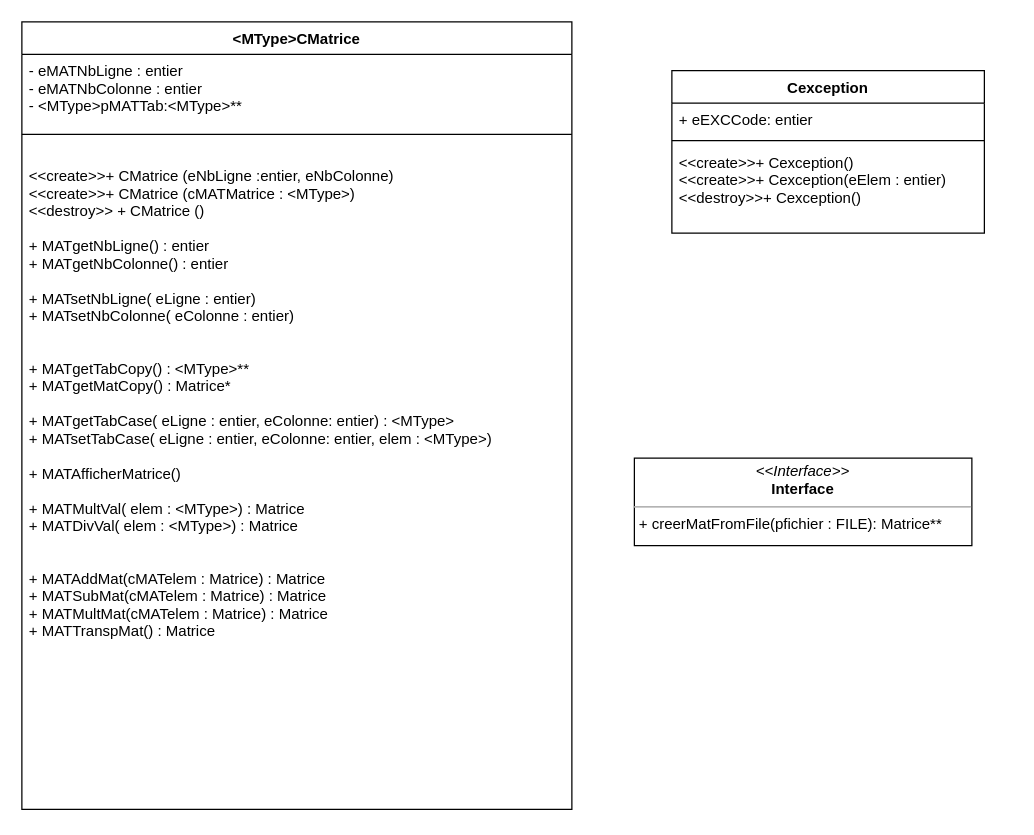
This is ClassDiagram.drawio from Banalian/ProjetTutCpp, a draw.io file, before an edit. Source tidied: cells renumbered, new cells numbered last; positions are measured from the earlier drawing's top-left corner, leaving out a move shared by most shapes. Both pictures are drawn from the tidied source at 125%, with x=0, y=0 at pixel (21, 21).
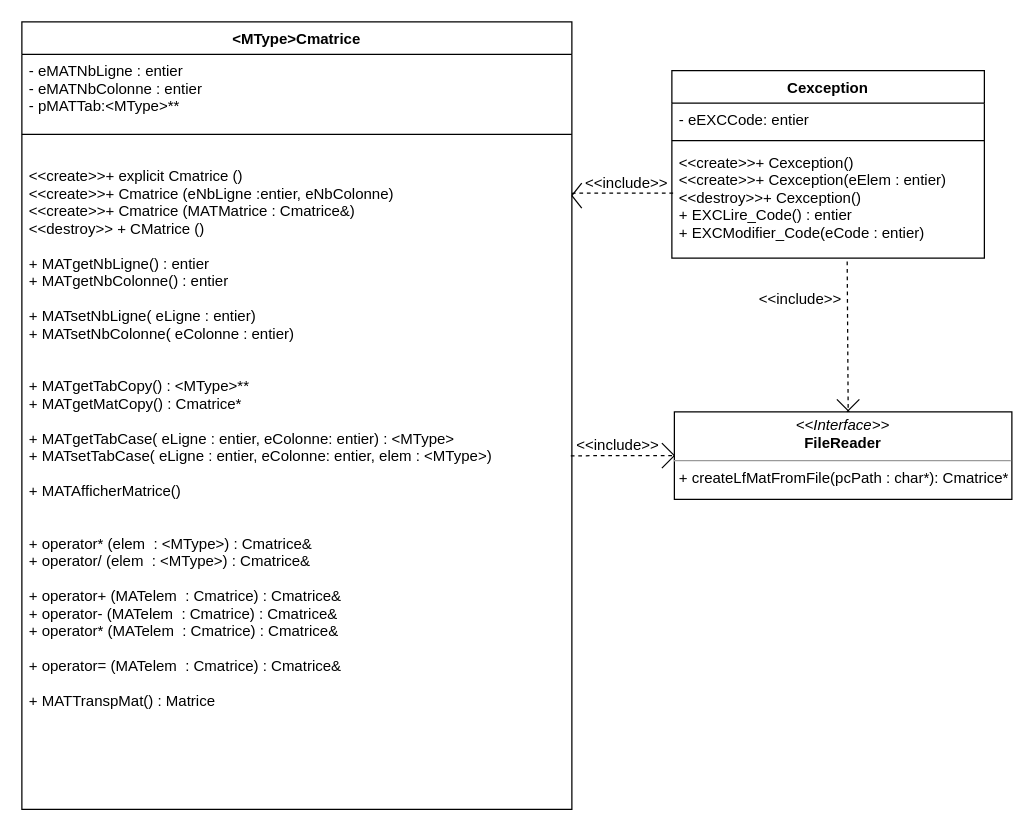
After the change.

What changed in the source:
```diff
@@
-    <mxCell id="2" value="&lt;MType&gt;CMatrice" style="swimlane;fontStyle=1;align=center;verticalAlign=top;horizontal=1;startSize=26;" parent="1" vertex="1">
+    <mxCell id="2" value="&lt;MType&gt;Cmatrice" style="swimlane;fontStyle=1;align=center;verticalAlign=top;horizontal=1;startSize=26;" parent="1" vertex="1">
       <mxGeometry width="440" height="630" as="geometry" />
     </mxCell>
-    <mxCell id="3" value="- eMATNbLigne : entier&#10;- eMATNbColonne : entier&#10;- &lt;MType&gt;pMATTab:&lt;MType&gt;** &#10;&#10;" style="text;strokeColor=none;fillColor=none;align=left;verticalAlign=top;spacingLeft=4;spacingRight=4;overflow=hidden;" parent="2" vertex="1">
+    <mxCell id="3" value="- eMATNbLigne : entier&#10;- eMATNbColonne : entier&#10;- pMATTab:&lt;MType&gt;** &#10;&#10;" style="text;strokeColor=none;fillColor=none;align=left;verticalAlign=top;spacingLeft=4;spacingRight=4;overflow=hidden;" parent="2" vertex="1">
       <mxGeometry y="26" width="440" height="44" as="geometry" />
     </mxCell>
@@
-    <mxCell id="5" value="&lt;&lt;create&gt;&gt;+ CMatrice (eNbLigne :entier, eNbColonne)&#10;&lt;&lt;create&gt;&gt;+ CMatrice (cMATMatrice : &lt;MType&gt;)&#10;&lt;&lt;destroy&gt;&gt; + CMatrice ()&#10;&#10;+ MATgetNbLigne() : entier&#10;+ MATgetNbColonne() : entier&#10;&#10;+ MATsetNbLigne( eLigne : entier)&#10;+ MATsetNbColonne( eColonne : entier)&#10;&#10;&#10;+ MATgetTabCopy() : &lt;MType&gt;**&#10;+ MATgetMatCopy() : Matrice*&#10;&#10;+ MATgetTabCase( eLigne : entier, eColonne: entier) : &lt;MType&gt;&#10;+ MATsetTabCase( eLigne : entier, eColonne: entier, elem : &lt;MType&gt;)&#10;&#10;+ MATAfficherMatrice()&#10;&#10;+ MATMultVal( elem : &lt;MType&gt;) : Matrice&#10;+ MATDivVal( elem : &lt;MType&gt;) : Matrice&#10;&#10;&#10;+ MATAddMat(cMATelem : Matrice) : Matrice&#10;+ MATSubMat(cMATelem : Matrice) : Matrice&#10;+ MATMultMat(cMATelem : Matrice) : Matrice&#10;+ MATTranspMat() : Matrice&#10;" style="text;strokeColor=none;fillColor=none;align=left;verticalAlign=top;spacingLeft=4;spacingRight=4;overflow=hidden;points=[[0,0.5],[1,0.5]];portConstraint=eastwest;" parent="2" vertex="1">
+    <mxCell id="5" value="&lt;&lt;create&gt;&gt;+ explicit Cmatrice ()&#10;&lt;&lt;create&gt;&gt;+ Cmatrice (eNbLigne :entier, eNbColonne)&#10;&lt;&lt;create&gt;&gt;+ Cmatrice (MATMatrice : Cmatrice&amp;)&#10;&lt;&lt;destroy&gt;&gt; + CMatrice ()&#10;&#10;+ MATgetNbLigne() : entier&#10;+ MATgetNbColonne() : entier&#10;&#10;+ MATsetNbLigne( eLigne : entier)&#10;+ MATsetNbColonne( eColonne : entier)&#10;&#10;&#10;+ MATgetTabCopy() : &lt;MType&gt;**&#10;+ MATgetMatCopy() : Cmatrice*&#10;&#10;+ MATgetTabCase( eLigne : entier, eColonne: entier) : &lt;MType&gt;&#10;+ MATsetTabCase( eLigne : entier, eColonne: entier, elem : &lt;MType&gt;)&#10;&#10;+ MATAfficherMatrice()&#10;&#10;&#10;+ operator* (elem  : &lt;MType&gt;) : Cmatrice&amp;&#10;+ operator/ (elem  : &lt;MType&gt;) : Cmatrice&amp;&#10;&#10;+ operator+ (MATelem  : Cmatrice) : Cmatrice&amp;&#10;+ operator- (MATelem  : Cmatrice) : Cmatrice&amp;&#10;+ operator* (MATelem  : Cmatrice) : Cmatrice&amp;&#10;&#10;+ operator= (MATelem  : Cmatrice) : Cmatrice&amp;&#10;&#10;+ MATTranspMat() : Matrice&#10;" style="text;strokeColor=none;fillColor=none;align=left;verticalAlign=top;spacingLeft=4;spacingRight=4;overflow=hidden;points=[[0,0.5],[1,0.5]];portConstraint=eastwest;" parent="2" vertex="1">
       <mxGeometry y="110" width="440" height="520" as="geometry" />
     </mxCell>
     <mxCell id="6" value="Cexception" style="swimlane;fontStyle=1;align=center;verticalAlign=top;horizontal=1;startSize=26;" parent="1" vertex="1">
-      <mxGeometry x="520" y="39" width="250" height="130" as="geometry" />
+      <mxGeometry x="520" y="39" width="250" height="150" as="geometry" />
     </mxCell>
-    <mxCell id="7" value="+ eEXCCode: entier" style="text;strokeColor=none;fillColor=none;align=left;verticalAlign=top;spacingLeft=4;spacingRight=4;overflow=hidden;" parent="6" vertex="1">
+    <mxCell id="7" value="- eEXCCode: entier" style="text;strokeColor=none;fillColor=none;align=left;verticalAlign=top;spacingLeft=4;spacingRight=4;overflow=hidden;" parent="6" vertex="1">
       <mxGeometry y="26" width="250" height="26" as="geometry" />
     </mxCell>
@@
-    <mxCell id="9" value="&lt;&lt;create&gt;&gt;+ Cexception()&#10;&lt;&lt;create&gt;&gt;+ Cexception(eElem : entier)&#10;&lt;&lt;destroy&gt;&gt;+ Cexception()" style="text;strokeColor=none;fillColor=none;align=left;verticalAlign=top;spacingLeft=4;spacingRight=4;overflow=hidden;points=[[0,0.5],[1,0.5]];portConstraint=eastwest;" parent="6" vertex="1">
-      <mxGeometry y="60" width="250" height="70" as="geometry" />
+    <mxCell id="9" value="&lt;&lt;create&gt;&gt;+ Cexception()&#10;&lt;&lt;create&gt;&gt;+ Cexception(eElem : entier)&#10;&lt;&lt;destroy&gt;&gt;+ Cexception()&#10;+ EXCLire_Code() : entier&#10;+ EXCModifier_Code(eCode : entier)" style="text;strokeColor=none;fillColor=none;align=left;verticalAlign=top;spacingLeft=4;spacingRight=4;overflow=hidden;points=[[0,0.5],[1,0.5]];portConstraint=eastwest;" parent="6" vertex="1">
+      <mxGeometry y="60" width="250" height="90" as="geometry" />
     </mxCell>
-    <mxCell id="10" value="&lt;p style=&quot;margin: 0px ; margin-top: 4px ; text-align: center&quot;&gt;&lt;i&gt;&amp;lt;&amp;lt;Interface&amp;gt;&amp;gt;&lt;/i&gt;&lt;br&gt;&lt;b&gt;Interface&lt;/b&gt;&lt;/p&gt;&lt;hr size=&quot;1&quot;&gt;&lt;p style=&quot;margin: 0px ; margin-left: 4px&quot;&gt;+ creerMatFromFile(pfichier : FILE): Matrice**&lt;br&gt;&lt;/p&gt;" style="verticalAlign=top;align=left;overflow=fill;fontSize=12;fontFamily=Helvetica;html=1;" parent="1" vertex="1">
-      <mxGeometry x="490" y="349" width="270" height="70" as="geometry" />
+    <mxCell id="10" value="&lt;p style=&quot;margin: 0px ; margin-top: 4px ; text-align: center&quot;&gt;&lt;i&gt;&amp;lt;&amp;lt;Interface&amp;gt;&amp;gt;&lt;/i&gt;&lt;br&gt;&lt;b&gt;FileReader&lt;/b&gt;&lt;/p&gt;&lt;hr size=&quot;1&quot;&gt;&lt;p style=&quot;margin: 0px ; margin-left: 4px&quot;&gt;+ createLfMatFromFile(pcPath : char*): Cmatrice*&lt;br&gt;&lt;/p&gt;" style="verticalAlign=top;align=left;overflow=fill;fontSize=12;fontFamily=Helvetica;html=1;" parent="1" vertex="1">
+      <mxGeometry x="522" y="312" width="270" height="70" as="geometry" />
     </mxCell>
+    <mxCell id="11" style="endArrow=none;dashed=1;html=1;entryX=0;entryY=0.5;entryDx=0;entryDy=0;exitX=0.998;exitY=0.456;exitDx=0;exitDy=0;exitPerimeter=0;" parent="1" edge="1" source="5" target="10">
+      <mxGeometry relative="1" as="geometry" />
+    </mxCell>
+    <mxCell id="12" value="&amp;lt;&amp;lt;include&amp;gt;&amp;gt;" style="text;html=1;strokeColor=none;fillColor=none;align=center;verticalAlign=middle;whiteSpace=wrap;rounded=0;" parent="1" vertex="1">
+      <mxGeometry x="457" y="329" width="40" height="20" as="geometry" />
+    </mxCell>
+    <mxCell id="13" style="endArrow=none;html=1;" parent="1" edge="1">
+      <mxGeometry relative="1" as="geometry">
+        <mxPoint x="512" y="337" as="sourcePoint" />
+        <mxPoint x="522" y="347" as="targetPoint" />
+      </mxGeometry>
+    </mxCell>
+    <mxCell id="14" style="endArrow=none;html=1;" parent="1" edge="1">
+      <mxGeometry relative="1" as="geometry">
+        <mxPoint x="522" y="347" as="sourcePoint" />
+        <mxPoint x="512" y="357" as="targetPoint" />
+      </mxGeometry>
+    </mxCell>
+    <mxCell id="15" style="endArrow=none;dashed=1;html=1;entryX=0;entryY=0.5;entryDx=0;entryDy=0;exitX=0.998;exitY=0.456;exitDx=0;exitDy=0;exitPerimeter=0;" parent="1" edge="1">
+      <mxGeometry relative="1" as="geometry">
+        <mxPoint x="440" y="137.1" as="sourcePoint" />
+        <mxPoint x="522.9" y="137" as="targetPoint" />
+      </mxGeometry>
+    </mxCell>
+    <mxCell id="16" value="&amp;lt;&amp;lt;include&amp;gt;&amp;gt;" style="text;html=1;strokeColor=none;fillColor=none;align=center;verticalAlign=middle;whiteSpace=wrap;rounded=0;" parent="1" vertex="1">
+      <mxGeometry x="463.9" y="119" width="40" height="20" as="geometry" />
+    </mxCell>
+    <mxCell id="17" style="endArrow=none;html=1;" parent="1" edge="1">
+      <mxGeometry relative="1" as="geometry">
+        <mxPoint x="447.9" y="129" as="sourcePoint" />
+        <mxPoint x="440" y="139" as="targetPoint" />
+      </mxGeometry>
+    </mxCell>
+    <mxCell id="18" style="endArrow=none;html=1;" parent="1" edge="1">
+      <mxGeometry relative="1" as="geometry">
+        <mxPoint x="440" y="139" as="sourcePoint" />
+        <mxPoint x="447.9" y="149" as="targetPoint" />
+      </mxGeometry>
+    </mxCell>
+    <mxCell id="19" style="endArrow=none;dashed=1;html=1;entryX=0.515;entryY=0;entryDx=0;entryDy=0;exitX=0.561;exitY=1.031;exitDx=0;exitDy=0;exitPerimeter=0;entryPerimeter=0;" parent="1" edge="1" source="9" target="10">
+      <mxGeometry relative="1" as="geometry" />
+    </mxCell>
+    <mxCell id="20" value="&amp;lt;&amp;lt;include&amp;gt;&amp;gt;" style="text;html=1;strokeColor=none;fillColor=none;align=center;verticalAlign=middle;whiteSpace=wrap;rounded=0;" parent="1" vertex="1">
+      <mxGeometry x="602.9" y="212" width="40" height="20" as="geometry" />
+    </mxCell>
+    <mxCell id="21" style="endArrow=none;html=1;" parent="1" edge="1">
+      <mxGeometry relative="1" as="geometry">
+        <mxPoint x="652" y="302" as="sourcePoint" />
+        <mxPoint x="662" y="312" as="targetPoint" />
+      </mxGeometry>
+    </mxCell>
+    <mxCell id="22" style="endArrow=none;html=1;" parent="1" edge="1">
+      <mxGeometry relative="1" as="geometry">
+        <mxPoint x="670" y="302" as="sourcePoint" />
+        <mxPoint x="660" y="312" as="targetPoint" />
+      </mxGeometry>
+    </mxCell>
```
